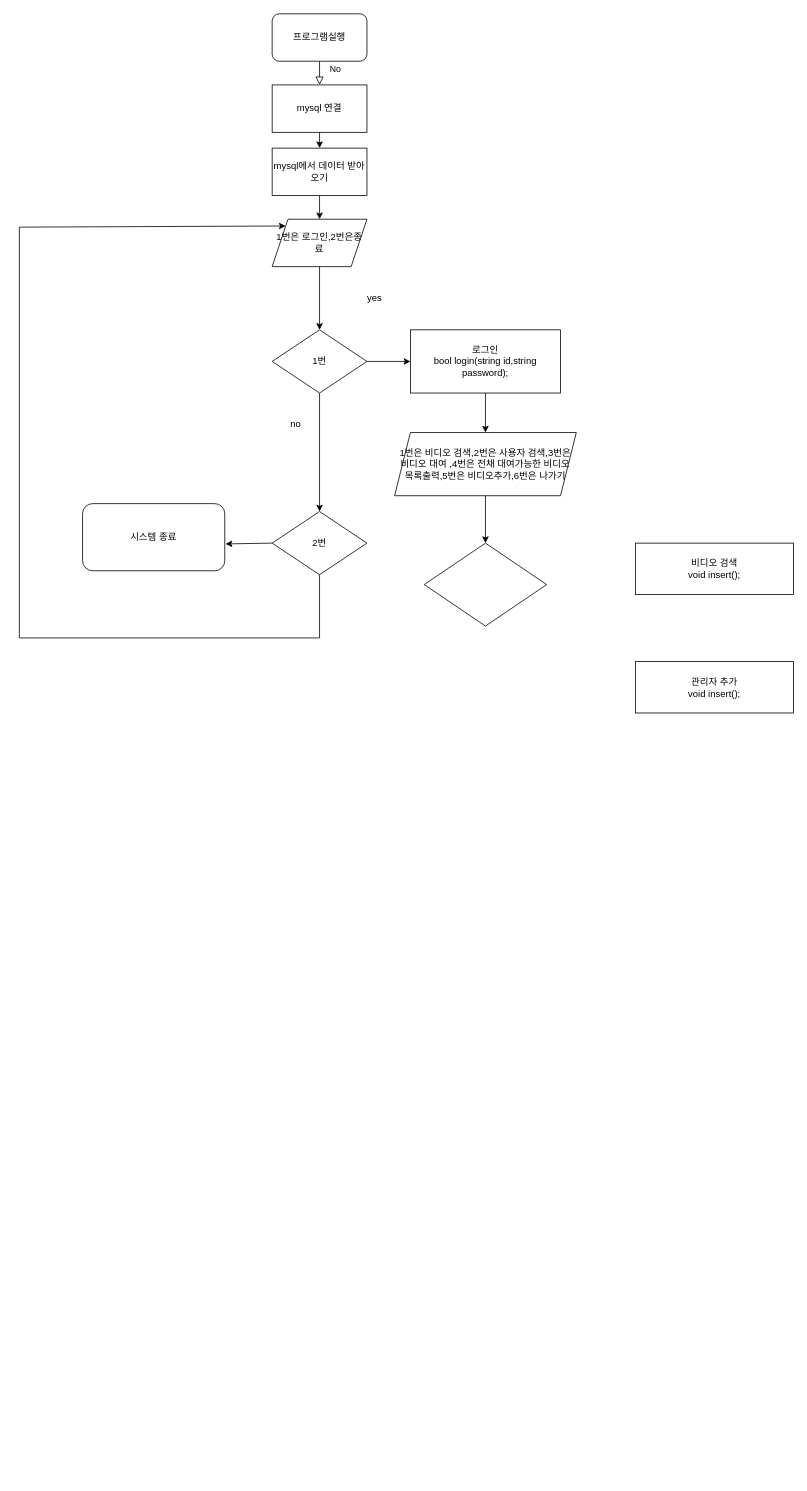
This is 제목 없는 다이어그램.drawio from creepereye/Git-Tutorial, a draw.io file, before an edit. Source tidied: cells renumbered, new cells numbered last; positions are measured from the earlier drawing's top-left corner, leaving out a move shared by most shapes. Both pictures are drawn from the tidied source at 79%, with x=0, y=0 at pixel (19, 13).
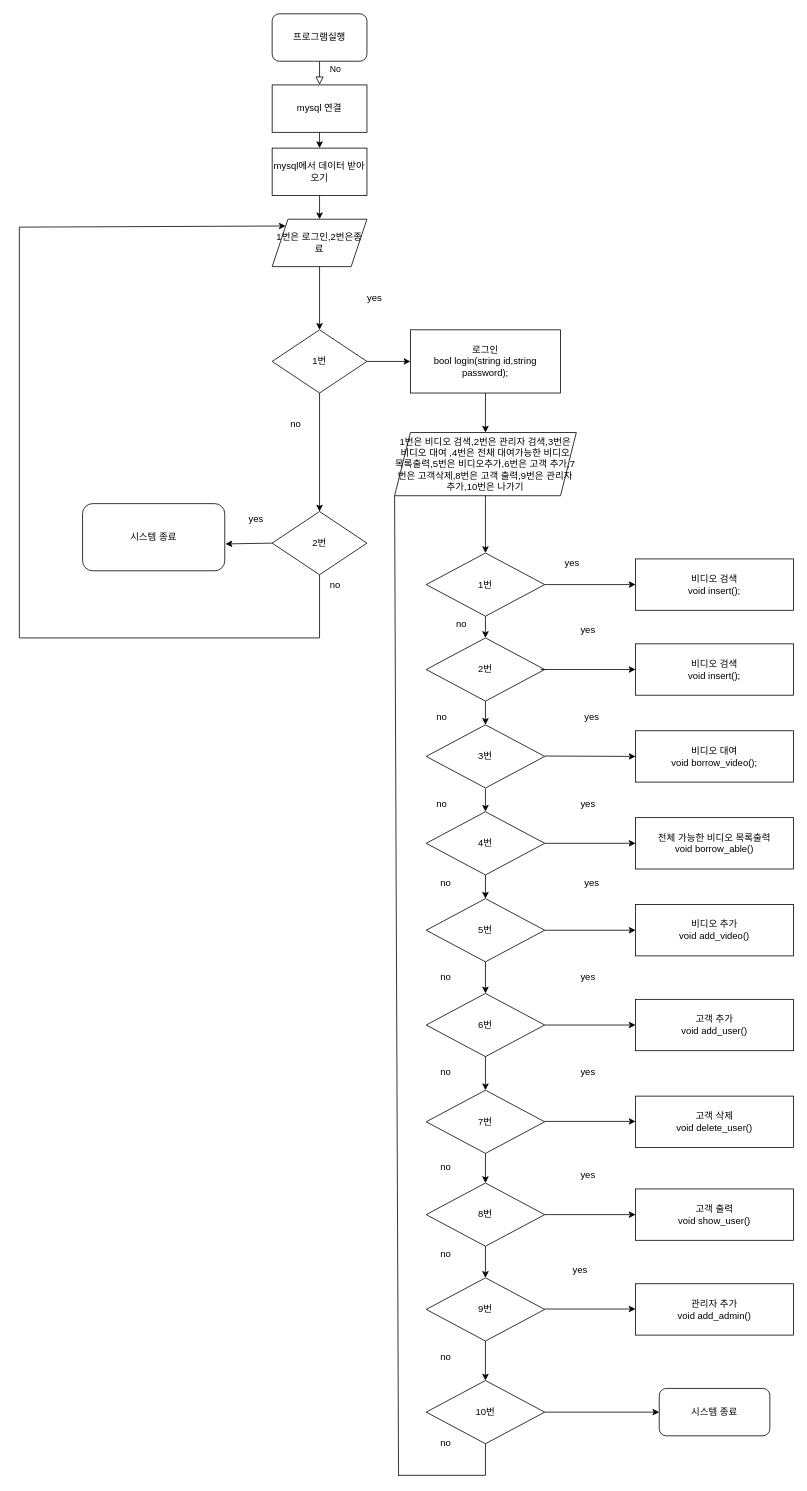
Above is the later version.

Commit message:
제목 없는 다이어그램.drawio 업데이트

What changed in the source:
```diff
@@
-    <mxCell id="14" value="관리자 추가&lt;br&gt;void insert();" style="rounded=0;whiteSpace=wrap;html=1;" parent="1" vertex="1">
-      <mxGeometry x="780" y="820" width="200" height="65" as="geometry" />
+    <mxCell id="14" value="전체 가능한 비디오 목록출력&lt;br&gt;void borrow_able()" style="rounded=0;whiteSpace=wrap;html=1;" parent="1" vertex="1">
+      <mxGeometry x="780" y="1017.5" width="200" height="65" as="geometry" />
     </mxCell>
@@
-    <mxCell id="23" style="rhombus;whiteSpace=wrap;html=1;" parent="1" vertex="1">
-      <mxGeometry x="512.5" y="670" width="155" height="105" as="geometry" />
+    <mxCell id="23" value="1번" style="rhombus;whiteSpace=wrap;html=1;" parent="1" vertex="1">
+      <mxGeometry x="515" y="682.5" width="150" height="80" as="geometry" />
     </mxCell>
-    <mxCell id="24" value="1번은 비디오 검색,2번은 사용자 검색,3번은 비디오 대여 ,4번은 전채 대여가능한 비디오 목록출력,5번은 비디오추가,6번은 나가기" style="shape=parallelogram;perimeter=parallelogramPerimeter;whiteSpace=wrap;html=1;fixedSize=1;" parent="1" vertex="1">
+    <mxCell id="24" value="1번은 비디오 검색,2번은 관리자 검색,3번은 비디오 대여 ,4번은 전채 대여가능한 비디오 목록출력,5번은 비디오추가,6번은 고객 추가,7번은 고객삭제,8번은 고객 출력,9번은 관리자 추가,10번은 나가기" style="shape=parallelogram;perimeter=parallelogramPerimeter;whiteSpace=wrap;html=1;fixedSize=1;" parent="1" vertex="1">
       <mxGeometry x="475" y="530" width="230" height="80" as="geometry" />
     </mxCell>
@@
     <mxCell id="28" value="비디오 검색&lt;br&gt;void insert();" style="rounded=0;whiteSpace=wrap;html=1;" parent="1" vertex="1">
-      <mxGeometry x="780" y="670" width="200" height="65" as="geometry" />
+      <mxGeometry x="780" y="690" width="200" height="65" as="geometry" />
     </mxCell>
+    <mxCell id="29" style="endArrow=classic;html=1;entryX=0;entryY=0.5;entryDx=0;entryDy=0;exitX=1;exitY=0.5;exitDx=0;exitDy=0;" parent="1" edge="1" source="23" target="28">
+      <mxGeometry relative="1" as="geometry" />
+    </mxCell>
+    <mxCell id="30" value="비디오 검색&lt;br&gt;void insert();" style="rounded=0;whiteSpace=wrap;html=1;" parent="1" vertex="1">
+      <mxGeometry x="780" y="797.5" width="200" height="65" as="geometry" />
+    </mxCell>
+    <mxCell id="31" value="2번" style="rhombus;whiteSpace=wrap;html=1;" parent="1" vertex="1">
+      <mxGeometry x="515" y="790" width="150" height="80" as="geometry" />
+    </mxCell>
+    <mxCell id="32" style="endArrow=classic;html=1;exitX=0.5;exitY=1;exitDx=0;exitDy=0;entryX=0.5;entryY=0;entryDx=0;entryDy=0;" parent="1" edge="1" source="23" target="31">
+      <mxGeometry relative="1" as="geometry" />
+    </mxCell>
+    <mxCell id="33" style="endArrow=classic;html=1;entryX=0;entryY=0.5;entryDx=0;entryDy=0;exitX=0.967;exitY=0.5;exitDx=0;exitDy=0;exitPerimeter=0;" parent="1" edge="1" source="31" target="30">
+      <mxGeometry relative="1" as="geometry" />
+    </mxCell>
+    <mxCell id="34" value="비디오 대여&lt;br&gt;void borrow_video();" style="rounded=0;whiteSpace=wrap;html=1;" parent="1" vertex="1">
+      <mxGeometry x="780" y="907.5" width="200" height="65" as="geometry" />
+    </mxCell>
+    <mxCell id="35" value="3번" style="rhombus;whiteSpace=wrap;html=1;" parent="1" vertex="1">
+      <mxGeometry x="515" y="900" width="150" height="80" as="geometry" />
+    </mxCell>
+    <mxCell id="36" style="endArrow=classic;html=1;exitX=0.5;exitY=1;exitDx=0;exitDy=0;entryX=0.5;entryY=0;entryDx=0;entryDy=0;" parent="1" edge="1" source="31" target="35">
+      <mxGeometry relative="1" as="geometry" />
+    </mxCell>
+    <mxCell id="37" value="4번" style="rhombus;whiteSpace=wrap;html=1;" parent="1" vertex="1">
+      <mxGeometry x="515" y="1010" width="150" height="80" as="geometry" />
+    </mxCell>
+    <mxCell id="38" style="endArrow=classic;html=1;" parent="1" edge="1" target="37">
+      <mxGeometry relative="1" as="geometry">
+        <mxPoint x="590" y="981" as="sourcePoint" />
+      </mxGeometry>
+    </mxCell>
+    <mxCell id="39" style="endArrow=classic;html=1;exitX=0.5;exitY=1;exitDx=0;exitDy=0;entryX=0.5;entryY=0;entryDx=0;entryDy=0;" parent="1" edge="1" source="37" target="40">
+      <mxGeometry relative="1" as="geometry" />
+    </mxCell>
+    <mxCell id="40" value="5번" style="rhombus;whiteSpace=wrap;html=1;" parent="1" vertex="1">
+      <mxGeometry x="515" y="1120" width="150" height="80" as="geometry" />
+    </mxCell>
+    <mxCell id="41" value="6번" style="rhombus;whiteSpace=wrap;html=1;" parent="1" vertex="1">
+      <mxGeometry x="515" y="1240" width="150" height="80" as="geometry" />
+    </mxCell>
+    <mxCell id="42" style="endArrow=classic;html=1;exitX=0.5;exitY=1;exitDx=0;exitDy=0;entryX=0.5;entryY=0;entryDx=0;entryDy=0;" parent="1" edge="1" source="40" target="41">
+      <mxGeometry relative="1" as="geometry" />
+    </mxCell>
+    <mxCell id="43" style="endArrow=classic;html=1;entryX=0;entryY=0.5;entryDx=0;entryDy=0;" parent="1" edge="1" target="34">
+      <mxGeometry relative="1" as="geometry">
+        <mxPoint x="665" y="939.5" as="sourcePoint" />
+      </mxGeometry>
+    </mxCell>
+    <mxCell id="44" style="endArrow=classic;html=1;entryX=0;entryY=0.5;entryDx=0;entryDy=0;exitX=1;exitY=0.5;exitDx=0;exitDy=0;" parent="1" edge="1" source="37" target="14">
+      <mxGeometry relative="1" as="geometry" />
+    </mxCell>
+    <mxCell id="45" style="endArrow=classic;html=1;" parent="1" edge="1" target="46">
+      <mxGeometry relative="1" as="geometry">
+        <mxPoint x="665" y="1160" as="sourcePoint" />
+      </mxGeometry>
+    </mxCell>
+    <mxCell id="46" value="비디오 추가&lt;br&gt;void add_video()" style="rounded=0;whiteSpace=wrap;html=1;" parent="1" vertex="1">
+      <mxGeometry x="780" y="1127.5" width="200" height="65" as="geometry" />
+    </mxCell>
+    <mxCell id="47" value="고객 추가&lt;br&gt;void add_user()" style="rounded=0;whiteSpace=wrap;html=1;" parent="1" vertex="1">
+      <mxGeometry x="780" y="1247.5" width="200" height="65" as="geometry" />
+    </mxCell>
+    <mxCell id="48" style="endArrow=classic;html=1;entryX=0;entryY=0.5;entryDx=0;entryDy=0;" parent="1" edge="1" target="47">
+      <mxGeometry relative="1" as="geometry">
+        <mxPoint x="665" y="1280" as="sourcePoint" />
+      </mxGeometry>
+    </mxCell>
+    <mxCell id="49" value="고객 삭제&lt;br&gt;void delete_user()" style="rounded=0;whiteSpace=wrap;html=1;" parent="1" vertex="1">
+      <mxGeometry x="780" y="1370" width="200" height="65" as="geometry" />
+    </mxCell>
+    <mxCell id="50" value="7번" style="rhombus;whiteSpace=wrap;html=1;" parent="1" vertex="1">
+      <mxGeometry x="515" y="1362.5" width="150" height="80" as="geometry" />
+    </mxCell>
+    <mxCell id="51" style="endArrow=classic;html=1;entryX=0;entryY=0.5;entryDx=0;entryDy=0;" parent="1" edge="1">
+      <mxGeometry relative="1" as="geometry">
+        <mxPoint x="665" y="1402" as="sourcePoint" />
+        <mxPoint x="780" y="1402" as="targetPoint" />
+      </mxGeometry>
+    </mxCell>
+    <mxCell id="52" style="endArrow=classic;html=1;entryX=0.5;entryY=0;entryDx=0;entryDy=0;exitX=0.5;exitY=1;exitDx=0;exitDy=0;" parent="1" edge="1" source="41" target="50">
+      <mxGeometry relative="1" as="geometry" />
+    </mxCell>
+    <mxCell id="53" style="endArrow=classic;html=1;exitX=0.5;exitY=1;exitDx=0;exitDy=0;" parent="1" edge="1" source="50">
+      <mxGeometry relative="1" as="geometry">
+        <mxPoint x="590" y="1480" as="targetPoint" />
+      </mxGeometry>
+    </mxCell>
+    <mxCell id="54" value="8번" style="rhombus;whiteSpace=wrap;html=1;" parent="1" vertex="1">
+      <mxGeometry x="515" y="1480" width="150" height="80" as="geometry" />
+    </mxCell>
+    <mxCell id="55" style="endArrow=classic;html=1;" parent="1" edge="1">
+      <mxGeometry relative="1" as="geometry">
+        <mxPoint x="665" y="1520" as="sourcePoint" />
+        <mxPoint x="780" y="1520" as="targetPoint" />
+      </mxGeometry>
+    </mxCell>
+    <mxCell id="56" value="고객 출력&lt;br&gt;void show_user()" style="rounded=0;whiteSpace=wrap;html=1;" parent="1" vertex="1">
+      <mxGeometry x="780" y="1487.5" width="200" height="65" as="geometry" />
+    </mxCell>
+    <mxCell id="57" value="9번" style="rhombus;whiteSpace=wrap;html=1;" parent="1" vertex="1">
+      <mxGeometry x="515" y="1600" width="150" height="80" as="geometry" />
+    </mxCell>
+    <mxCell id="58" value="관리자 추가&lt;br&gt;void add_admin()" style="rounded=0;whiteSpace=wrap;html=1;" parent="1" vertex="1">
+      <mxGeometry x="780" y="1607.5" width="200" height="65" as="geometry" />
+    </mxCell>
+    <mxCell id="59" style="endArrow=classic;html=1;" parent="1" edge="1">
+      <mxGeometry relative="1" as="geometry">
+        <mxPoint x="665" y="1639.5" as="sourcePoint" />
+        <mxPoint x="780" y="1639.5" as="targetPoint" />
+      </mxGeometry>
+    </mxCell>
+    <mxCell id="60" style="endArrow=classic;html=1;exitX=0.5;exitY=1;exitDx=0;exitDy=0;" parent="1" edge="1" source="54" target="57">
+      <mxGeometry relative="1" as="geometry" />
+    </mxCell>
+    <mxCell id="61" value="시스템 종료" style="rounded=1;whiteSpace=wrap;html=1;" parent="1" vertex="1">
+      <mxGeometry x="810" y="1740" width="140" height="60" as="geometry" />
+    </mxCell>
+    <mxCell id="62" value="yes" style="text;html=1;strokeColor=none;fillColor=none;align=center;verticalAlign=middle;whiteSpace=wrap;rounded=0;" parent="1" vertex="1">
+      <mxGeometry x="280" y="630" width="40" height="20" as="geometry" />
+    </mxCell>
+    <mxCell id="63" value="no" style="text;html=1;strokeColor=none;fillColor=none;align=center;verticalAlign=middle;whiteSpace=wrap;rounded=0;" parent="1" vertex="1">
+      <mxGeometry x="380" y="712.5" width="40" height="20" as="geometry" />
+    </mxCell>
+    <mxCell id="64" value="no" style="text;html=1;strokeColor=none;fillColor=none;align=center;verticalAlign=middle;whiteSpace=wrap;rounded=0;" parent="1" vertex="1">
+      <mxGeometry x="540" y="762.5" width="40" height="20" as="geometry" />
+    </mxCell>
+    <mxCell id="65" value="no" style="text;html=1;strokeColor=none;fillColor=none;align=center;verticalAlign=middle;whiteSpace=wrap;rounded=0;" parent="1" vertex="1">
+      <mxGeometry x="515" y="880" width="40" height="20" as="geometry" />
+    </mxCell>
+    <mxCell id="66" value="no" style="text;html=1;strokeColor=none;fillColor=none;align=center;verticalAlign=middle;whiteSpace=wrap;rounded=0;" parent="1" vertex="1">
+      <mxGeometry x="515" y="990" width="40" height="20" as="geometry" />
+    </mxCell>
+    <mxCell id="67" value="no" style="text;html=1;strokeColor=none;fillColor=none;align=center;verticalAlign=middle;whiteSpace=wrap;rounded=0;" parent="1" vertex="1">
+      <mxGeometry x="520" y="1090" width="40" height="20" as="geometry" />
+    </mxCell>
+    <mxCell id="68" value="no" style="text;html=1;strokeColor=none;fillColor=none;align=center;verticalAlign=middle;whiteSpace=wrap;rounded=0;" parent="1" vertex="1">
+      <mxGeometry x="520" y="1210" width="40" height="20" as="geometry" />
+    </mxCell>
+    <mxCell id="69" value="no" style="text;html=1;strokeColor=none;fillColor=none;align=center;verticalAlign=middle;whiteSpace=wrap;rounded=0;" parent="1" vertex="1">
+      <mxGeometry x="520" y="1330" width="40" height="20" as="geometry" />
+    </mxCell>
+    <mxCell id="70" value="no" style="text;html=1;strokeColor=none;fillColor=none;align=center;verticalAlign=middle;whiteSpace=wrap;rounded=0;" parent="1" vertex="1">
+      <mxGeometry x="520" y="1450" width="40" height="20" as="geometry" />
+    </mxCell>
+    <mxCell id="71" value="no" style="text;html=1;strokeColor=none;fillColor=none;align=center;verticalAlign=middle;whiteSpace=wrap;rounded=0;" parent="1" vertex="1">
+      <mxGeometry x="520" y="1560" width="40" height="20" as="geometry" />
+    </mxCell>
+    <mxCell id="72" value="no" style="text;html=1;strokeColor=none;fillColor=none;align=center;verticalAlign=middle;whiteSpace=wrap;rounded=0;" parent="1" vertex="1">
+      <mxGeometry x="520" y="1690" width="40" height="20" as="geometry" />
+    </mxCell>
+    <mxCell id="73" value="yes" style="text;html=1;strokeColor=none;fillColor=none;align=center;verticalAlign=middle;whiteSpace=wrap;rounded=0;" parent="1" vertex="1">
+      <mxGeometry x="680" y="685" width="40" height="20" as="geometry" />
+    </mxCell>
+    <mxCell id="74" value="yes" style="text;html=1;strokeColor=none;fillColor=none;align=center;verticalAlign=middle;whiteSpace=wrap;rounded=0;" parent="1" vertex="1">
+      <mxGeometry x="700" y="770" width="40" height="20" as="geometry" />
+    </mxCell>
+    <mxCell id="75" value="yes" style="text;html=1;strokeColor=none;fillColor=none;align=center;verticalAlign=middle;whiteSpace=wrap;rounded=0;" parent="1" vertex="1">
+      <mxGeometry x="705" y="880" width="40" height="20" as="geometry" />
+    </mxCell>
+    <mxCell id="76" value="yes" style="text;html=1;strokeColor=none;fillColor=none;align=center;verticalAlign=middle;whiteSpace=wrap;rounded=0;" parent="1" vertex="1">
+      <mxGeometry x="700" y="990" width="40" height="20" as="geometry" />
+    </mxCell>
+    <mxCell id="77" value="yes" style="text;html=1;strokeColor=none;fillColor=none;align=center;verticalAlign=middle;whiteSpace=wrap;rounded=0;" parent="1" vertex="1">
+      <mxGeometry x="705" y="1090" width="40" height="20" as="geometry" />
+    </mxCell>
+    <mxCell id="78" value="yes" style="text;html=1;strokeColor=none;fillColor=none;align=center;verticalAlign=middle;whiteSpace=wrap;rounded=0;" parent="1" vertex="1">
+      <mxGeometry x="700" y="1210" width="40" height="20" as="geometry" />
+    </mxCell>
+    <mxCell id="79" value="yes" style="text;html=1;strokeColor=none;fillColor=none;align=center;verticalAlign=middle;whiteSpace=wrap;rounded=0;" parent="1" vertex="1">
+      <mxGeometry x="700" y="1330" width="40" height="20" as="geometry" />
+    </mxCell>
+    <mxCell id="80" value="yes" style="text;html=1;strokeColor=none;fillColor=none;align=center;verticalAlign=middle;whiteSpace=wrap;rounded=0;" parent="1" vertex="1">
+      <mxGeometry x="700" y="1460" width="40" height="20" as="geometry" />
+    </mxCell>
+    <mxCell id="81" value="yes" style="text;html=1;strokeColor=none;fillColor=none;align=center;verticalAlign=middle;whiteSpace=wrap;rounded=0;" parent="1" vertex="1">
+      <mxGeometry x="690" y="1580" width="40" height="20" as="geometry" />
+    </mxCell>
+    <mxCell id="82" value="10번" style="rhombus;whiteSpace=wrap;html=1;" parent="1" vertex="1">
+      <mxGeometry x="515" y="1730" width="150" height="80" as="geometry" />
+    </mxCell>
+    <mxCell id="83" style="endArrow=classic;html=1;exitX=0.5;exitY=1;exitDx=0;exitDy=0;entryX=0.5;entryY=0;entryDx=0;entryDy=0;" parent="1" edge="1" source="57" target="82">
+      <mxGeometry relative="1" as="geometry" />
+    </mxCell>
+    <mxCell id="84" style="endArrow=classic;html=1;exitX=1;exitY=0.5;exitDx=0;exitDy=0;entryX=0;entryY=0.5;entryDx=0;entryDy=0;" parent="1" edge="1" source="82" target="61">
+      <mxGeometry relative="1" as="geometry" />
+    </mxCell>
+    <mxCell id="85" value="no" style="text;html=1;strokeColor=none;fillColor=none;align=center;verticalAlign=middle;whiteSpace=wrap;rounded=0;" parent="1" vertex="1">
+      <mxGeometry x="520" y="1800" width="40" height="20" as="geometry" />
+    </mxCell>
+    <mxCell id="86" style="endArrow=none;html=1;entryX=0.5;entryY=1;entryDx=0;entryDy=0;" parent="1" edge="1" target="82">
+      <mxGeometry relative="1" as="geometry">
+        <mxPoint x="590" y="1850" as="sourcePoint" />
+      </mxGeometry>
+    </mxCell>
+    <mxCell id="87" style="endArrow=none;html=1;" parent="1" edge="1">
+      <mxGeometry relative="1" as="geometry">
+        <mxPoint x="480" y="1850" as="sourcePoint" />
+        <mxPoint x="590" y="1850" as="targetPoint" />
+      </mxGeometry>
+    </mxCell>
+    <mxCell id="88" style="endArrow=none;html=1;exitX=0;exitY=1;exitDx=0;exitDy=0;" parent="1" edge="1" source="24">
+      <mxGeometry relative="1" as="geometry">
+        <mxPoint x="480" y="1851" as="targetPoint" />
+      </mxGeometry>
+    </mxCell>
```
